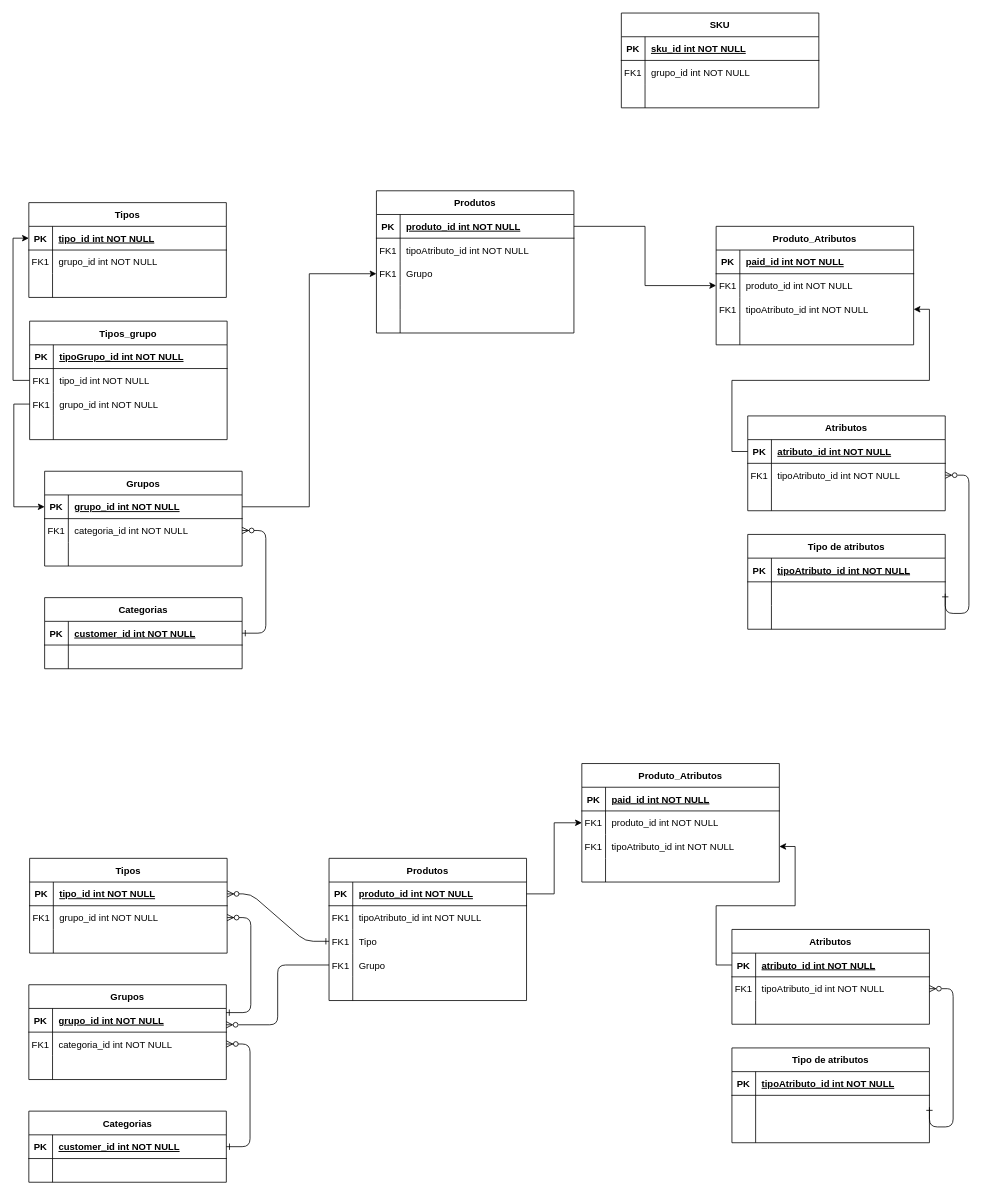
Nova-Corrente/DiagrmasSupply keeps this draw.io diagram as Supply.drawio. Above is the earlier version. Source tidied: cells renumbered, new cells numbered last; positions are measured from the earlier drawing's top-left corner, leaving out a move shared by most shapes. Both pictures are drawn from the tidied source at 79%, with x=0, y=0 at pixel (28, 13).
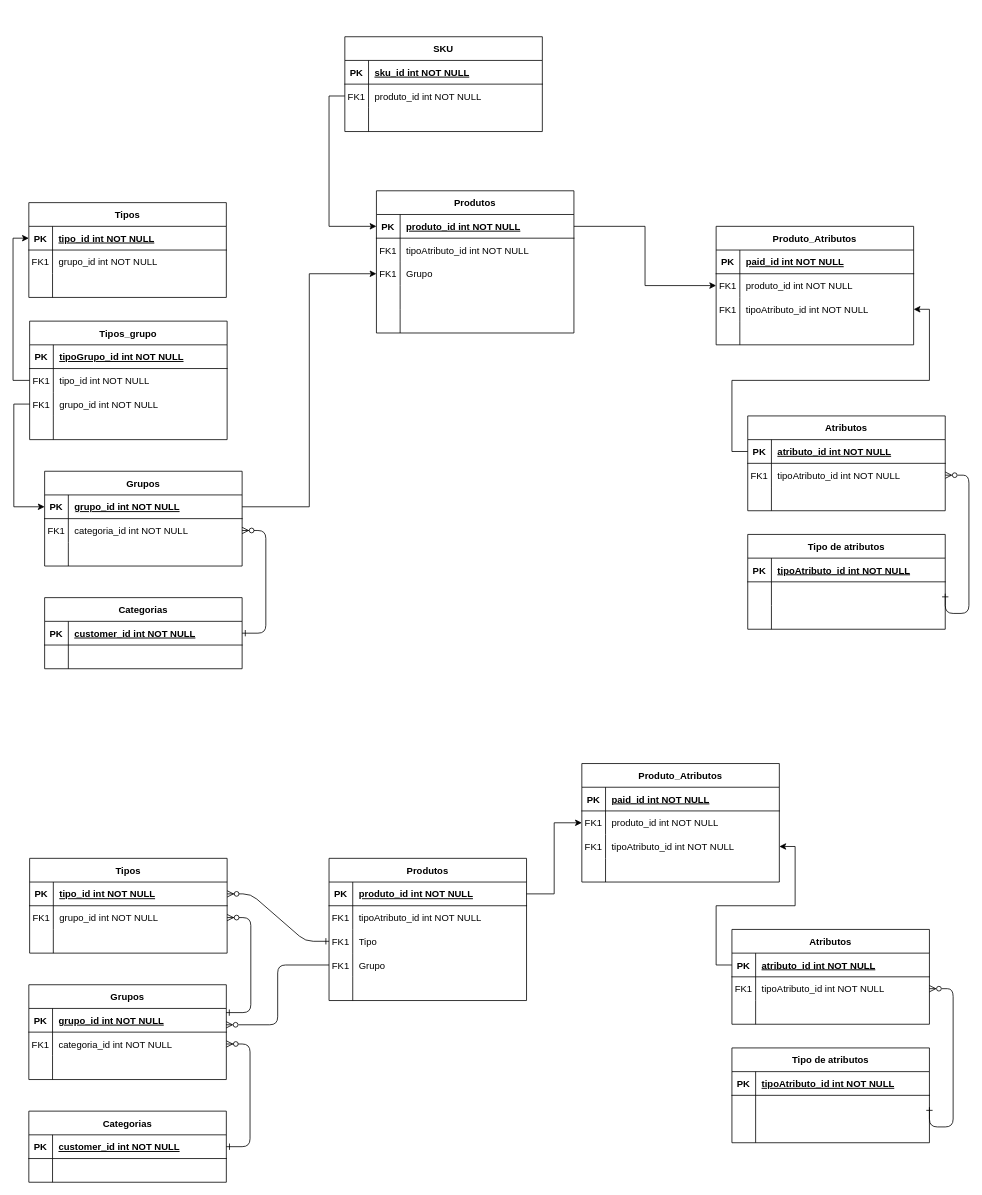
Above is the later version.

The change refers to these unchanged cells:
```xml
<mxCell id="150" style="shape=partialRectangle;fillColor=none;points=[[0,0.5],[1,0.5]];portConstraint=eastwest;top=0;left=0;right=0;bottom=1;" parent="149" vertex="1">
  <mxGeometry y="30" width="250" height="30" as="geometry" />
</mxCell>
<mxCell id="187" style="shape=partialRectangle;fillColor=none;points=[[0,0.5],[1,0.5]];portConstraint=eastwest;top=0;left=0;right=0;bottom=0;" parent="183" vertex="1">
  <mxGeometry y="60" width="250" height="30" as="geometry" />
</mxCell>
```

The edit, as a diff of the source:
```diff
@@
     <mxCell id="183" value="SKU" style="shape=table;startSize=30;childLayout=tableLayout;rowLines=0;fontStyle=1;align=center;" parent="1" vertex="1">
-      <mxGeometry x="750" width="250" height="120" as="geometry" />
+      <mxGeometry x="400" y="30" width="250" height="120" as="geometry" />
     </mxCell>
@@
-    <mxCell id="189" value="grupo_id int NOT NULL" style="shape=partialRectangle;overflow=hidden;fillColor=none;top=0;left=0;bottom=0;right=0;align=left;spacingLeft=6;" parent="187" vertex="1">
+    <mxCell id="189" value="produto_id int NOT NULL" style="shape=partialRectangle;overflow=hidden;fillColor=none;top=0;left=0;bottom=0;right=0;align=left;spacingLeft=6;" parent="187" vertex="1">
       <mxGeometry x="30" width="220" height="30" as="geometry" />
     </mxCell>
@@
+    <mxCell id="193" style="edgeStyle=orthogonalEdgeStyle;rounded=0;jettySize=auto;html=1;exitX=0;exitY=0.5;exitDx=0;exitDy=0;entryX=0;entryY=0.5;entryDx=0;entryDy=0;" parent="1" edge="1" source="187" target="150">
+      <mxGeometry relative="1" as="geometry" />
+    </mxCell>
```
